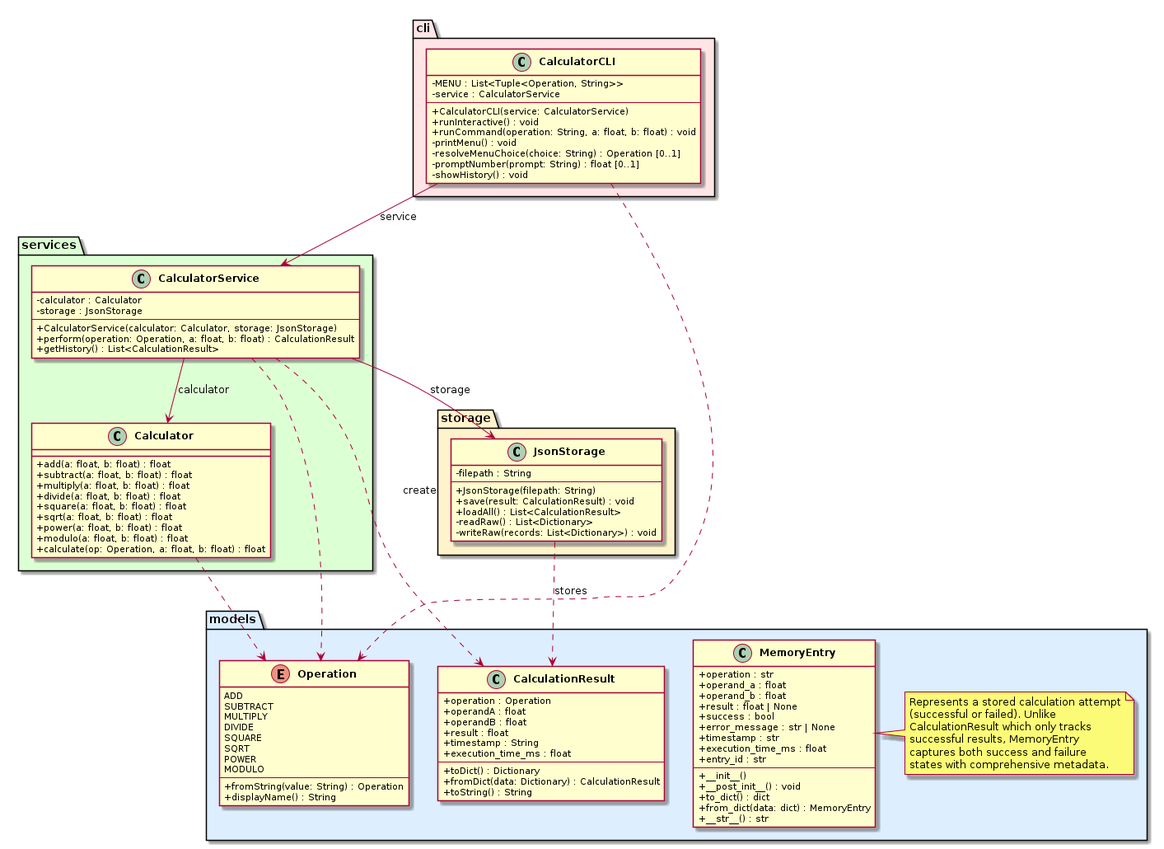
This is experiments/pipeline/structured_text/calculator/artifacts/class_diagram.png from DanielRiha8906/Software_autoevolution_using_agents, a PlantUML export, as it was before one commit. Its source is kept beside it as experiments/pipeline/structured_text/calculator/artifacts/class_diagram.puml. Its diagram source:
```plantuml
@startuml class_diagram

skinparam classAttributeIconSize 0
skinparam classFontStyle bold

package "models" #DDEEFF {
    enum Operation {
        ADD
        SUBTRACT
        MULTIPLY
        DIVIDE
        SQUARE
        SQRT
        POWER
        MODULO
        --
        +fromString(value: String) : Operation
        +displayName() : String
    }

    class CalculationResult {
        +operation : Operation
        +operandA : float
        +operandB : float
        +result : float
        +timestamp : String
        +execution_time_ms : float
        --
        +toDict() : Dictionary
        +fromDict(data: Dictionary) : CalculationResult
        +toString() : String
    }

    class MemoryEntry {
        +operation : str
        +operand_a : float
        +operand_b : float
        +result : float | None
        +success : bool
        +error_message : str | None
        +timestamp : str
        +execution_time_ms : float
        +entry_id : str
        --
        +__init__()
        +__post_init__() : void
        +to_dict() : dict
        +from_dict(data: dict) : MemoryEntry
        +__str__() : str
    }

    note right of MemoryEntry
        Represents a stored calculation attempt
        (successful or failed). Unlike
        CalculationResult which only tracks
        successful results, MemoryEntry
        captures both success and failure
        states with comprehensive metadata.
    end note
}

package "services" #DDFFD4 {
    class Calculator {
        +add(a: float, b: float) : float
        +subtract(a: float, b: float) : float
        +multiply(a: float, b: float) : float
        +divide(a: float, b: float) : float
        +square(a: float, b: float) : float
        +sqrt(a: float, b: float) : float
        +power(a: float, b: float) : float
        +modulo(a: float, b: float) : float
        +calculate(op: Operation, a: float, b: float) : float
    }

    class CalculatorService {
        -calculator : Calculator
        -storage : JsonStorage
        --
        +CalculatorService(calculator: Calculator, storage: JsonStorage)
        +perform(operation: Operation, a: float, b: float) : CalculationResult
        +getHistory() : List<CalculationResult>
    }
}

package "storage" #FFF3CC {
    class JsonStorage {
        -filepath : String
        --
        +JsonStorage(filepath: String)
        +save(result: CalculationResult) : void
        +loadAll() : List<CalculationResult>
        -readRaw() : List<Dictionary>
        -writeRaw(records: List<Dictionary>) : void
    }
}

package "cli" #FFE5E5 {
    class CalculatorCLI {
        -MENU : List<Tuple<Operation, String>>
        -service : CalculatorService
        --
        +CalculatorCLI(service: CalculatorService)
        +runInteractive() : void
        +runCommand(operation: String, a: float, b: float) : void
        -printMenu() : void
        -resolveMenuChoice(choice: String) : Operation [0..1]
        -promptNumber(prompt: String) : float [0..1]
        -showHistory() : void
    }
}

CalculatorCLI --> CalculatorService : service
CalculatorService --> Calculator : calculator
CalculatorService --> JsonStorage : storage

CalculatorService ..> CalculationResult : create
CalculatorService ..> Operation
CalculatorCLI ..> Operation
Calculator ..> Operation
JsonStorage ..> CalculationResult : stores

@enduml
```
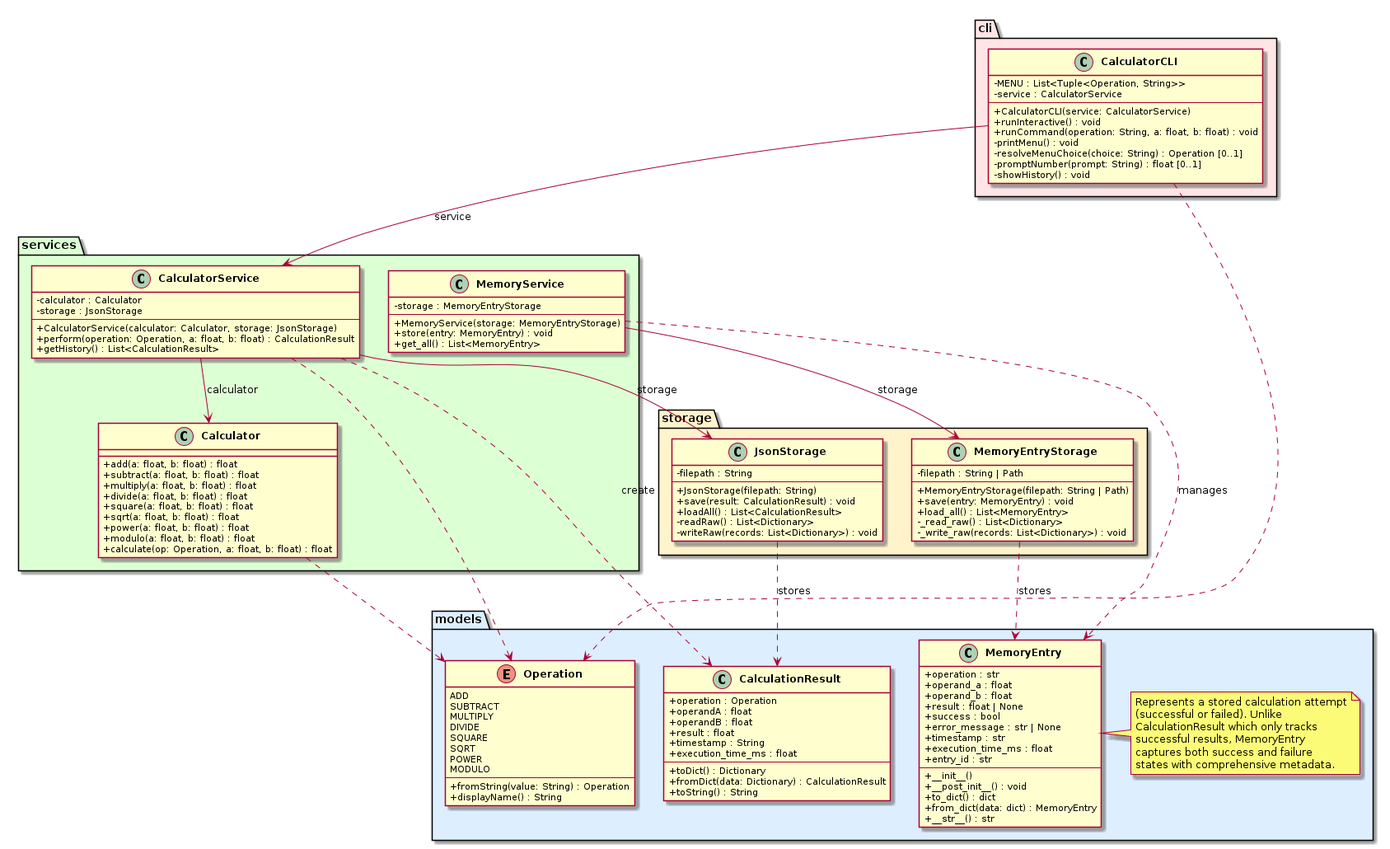
The same file after the commit.

Change to the diagram source:
```diff
@@ -80,6 +80,14 @@
         +perform(operation: Operation, a: float, b: float) : CalculationResult
         +getHistory() : List<CalculationResult>
     }
+
+    class MemoryService {
+        -storage : MemoryEntryStorage
+        --
+        +MemoryService(storage: MemoryEntryStorage)
+        +store(entry: MemoryEntry) : void
+        +get_all() : List<MemoryEntry>
+    }
 }
 
 package "storage" #FFF3CC {
@@ -91,6 +99,16 @@
         +loadAll() : List<CalculationResult>
         -readRaw() : List<Dictionary>
         -writeRaw(records: List<Dictionary>) : void
+    }
+
+    class MemoryEntryStorage {
+        -filepath : String | Path
+        --
+        +MemoryEntryStorage(filepath: String | Path)
+        +save(entry: MemoryEntry) : void
+        +load_all() : List<MemoryEntry>
+        -_read_raw() : List<Dictionary>
+        -_write_raw(records: List<Dictionary>) : void
     }
 }
 
@@ -113,10 +131,14 @@
 CalculatorService --> Calculator : calculator
 CalculatorService --> JsonStorage : storage
 
+MemoryService --> MemoryEntryStorage : storage
+MemoryEntryStorage ..> MemoryEntry : stores
+
 CalculatorService ..> CalculationResult : create
 CalculatorService ..> Operation
 CalculatorCLI ..> Operation
 Calculator ..> Operation
 JsonStorage ..> CalculationResult : stores
+MemoryService ..> MemoryEntry : manages
 
 @enduml
```
